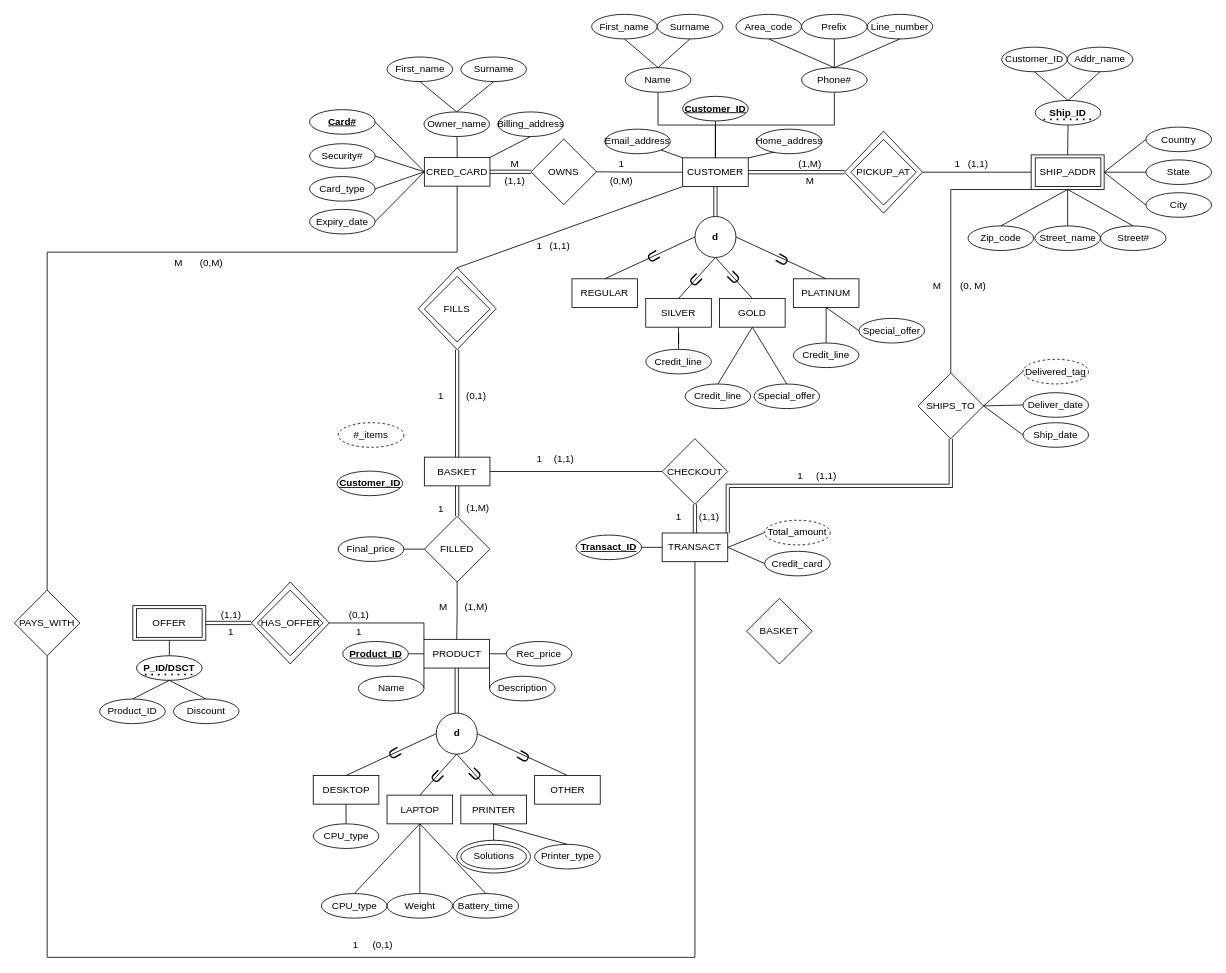
RyBres/Database-Project keeps this draw.io diagram as Project-Deliverable-1.drawio. Above is the earlier version. Source tidied: cells renumbered, new cells numbered last; positions are measured from the earlier drawing's top-left corner, leaving out a move shared by most shapes. Both pictures are drawn from the tidied source at 82%, with x=0, y=0 at pixel (14, 14).
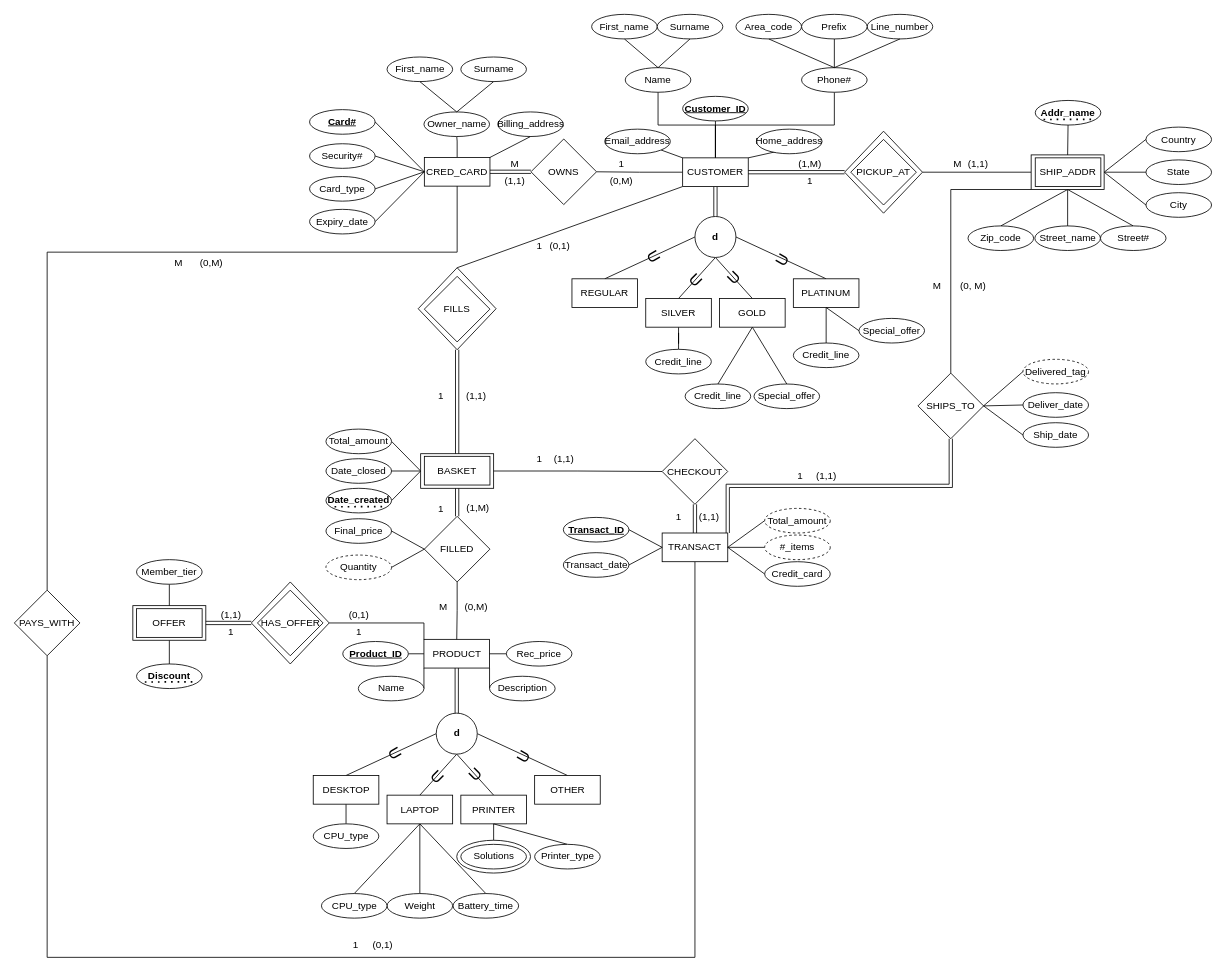
The same page after the edit.

Commit message:
Fourth draft

Unchanged cells that the change refers to:
```xml
<mxCell id="4" style="rhombus;whiteSpace=wrap;html=1;" parent="1" vertex="1">
  <mxGeometry x="492.5" y="309" width="95" height="100" as="geometry" />
</mxCell>
<mxCell id="5" style="rounded=0;whiteSpace=wrap;html=1;" parent="1" vertex="1">
  <mxGeometry x="144.5" y="721.1" width="89" height="42.2" as="geometry" />
</mxCell>
<mxCell id="118" value="FILLED" style="rhombus;whiteSpace=wrap;html=1;" parent="1" vertex="1">
  <mxGeometry x="500" y="612.2" width="80" height="80" as="geometry" />
</mxCell>
<mxCell id="122" value="TRANSACT" style="rounded=0;whiteSpace=wrap;html=1;" parent="1" vertex="1">
  <mxGeometry x="790" y="632.5" width="80" height="35" as="geometry" />
</mxCell>
<mxCell id="124" value="CHECKOUT" style="rhombus;whiteSpace=wrap;html=1;" parent="1" vertex="1">
  <mxGeometry x="790" y="517.5" width="80" height="80" as="geometry" />
</mxCell>
<mxCell id="208" style="group;" parent="1" vertex="1">
  <mxGeometry x="1200" y="40" width="170" height="100" as="geometry" />
</mxCell>
<mxCell id="211" style="group;" parent="208" vertex="1">
  <mxGeometry x="40" y="60" width="90" height="40" as="geometry" />
</mxCell>
```

The edit, as a diff of the source:
```diff
@@
+    <mxCell id="218" style="rounded=0;jettySize=auto;html=1;exitX=0;exitY=0.5;exitDx=0;exitDy=0;entryX=1;entryY=0.5;entryDx=0;entryDy=0;endArrow=none;startFill=0;" parent="1" edge="1" source="220" target="226">
+      <mxGeometry relative="1" as="geometry" />
+    </mxCell>
+    <mxCell id="219" style="rounded=0;jettySize=auto;html=1;exitX=0;exitY=0.5;exitDx=0;exitDy=0;entryX=1;entryY=0.5;entryDx=0;entryDy=0;endArrow=none;startFill=0;" parent="1" edge="1" source="220" target="229">
+      <mxGeometry relative="1" as="geometry" />
+    </mxCell>
+    <mxCell id="220" style="rounded=0;whiteSpace=wrap;html=1;" parent="1" vertex="1">
+      <mxGeometry x="495.5" y="535.8" width="89" height="42.2" as="geometry" />
+    </mxCell>
@@
-    <mxCell id="3" value="&lt;b&gt;P_ID/DSCT&lt;/b&gt;" style="ellipse;whiteSpace=wrap;html=1;" parent="1" vertex="1">
-      <mxGeometry x="149" y="782.2" width="80" height="30" as="geometry" />
+    <mxCell id="3" value="&lt;b&gt;Discount&lt;/b&gt;" style="ellipse;whiteSpace=wrap;html=1;" parent="1" vertex="1">
+      <mxGeometry x="149" y="792.2" width="80" height="30" as="geometry" />
     </mxCell>
@@
+    <mxCell id="221" style="edgeStyle=orthogonalEdgeStyle;rounded=0;jettySize=auto;html=1;entryX=0.5;entryY=1;entryDx=0;entryDy=0;endArrow=none;startFill=0;exitX=0.5;exitY=0;exitDx=0;exitDy=0;" parent="1" edge="1" source="5" target="223">
+      <mxGeometry relative="1" as="geometry" />
+    </mxCell>
@@
-    <mxCell id="67" style="rounded=0;jettySize=auto;html=1;exitX=0.5;exitY=0;exitDx=0;exitDy=0;entryX=0.5;entryY=1;entryDx=0;entryDy=0;endArrow=none;startFill=0;" parent="1" edge="1" source="68" target="3">
-      <mxGeometry relative="1" as="geometry" />
-    </mxCell>
-    <mxCell id="68" value="Product_ID" style="ellipse;whiteSpace=wrap;html=1;" parent="1" vertex="1">
-      <mxGeometry x="104" y="835" width="80" height="30" as="geometry" />
-    </mxCell>
-    <mxCell id="69" style="rounded=0;jettySize=auto;html=1;exitX=0.5;exitY=0;exitDx=0;exitDy=0;entryX=0.5;entryY=1;entryDx=0;entryDy=0;endArrow=none;startFill=0;" parent="1" edge="1" source="70" target="3">
-      <mxGeometry relative="1" as="geometry" />
-    </mxCell>
-    <mxCell id="70" value="Discount" style="ellipse;whiteSpace=wrap;html=1;" parent="1" vertex="1">
-      <mxGeometry x="194" y="835" width="80" height="30" as="geometry" />
-    </mxCell>
@@
-    <mxCell id="84" style="edgeStyle=orthogonalEdgeStyle;rounded=0;jettySize=auto;html=1;entryX=0.5;entryY=0;entryDx=0;entryDy=0;endArrow=none;startFill=0;shape=link;exitX=0.5;exitY=1;exitDx=0;exitDy=0;" parent="1" edge="1" source="86" target="118">
+    <mxCell id="84" style="edgeStyle=orthogonalEdgeStyle;rounded=0;jettySize=auto;html=1;entryX=0.5;entryY=0;entryDx=0;entryDy=0;endArrow=none;startFill=0;shape=link;exitX=0.5;exitY=1;exitDx=0;exitDy=0;" parent="1" edge="1" source="220" target="118">
       <mxGeometry relative="1" as="geometry" />
     </mxCell>
-    <mxCell id="85" style="edgeStyle=orthogonalEdgeStyle;rounded=0;jettySize=auto;html=1;entryX=0;entryY=0.5;entryDx=0;entryDy=0;endArrow=none;startFill=0;exitX=1;exitY=0.5;exitDx=0;exitDy=0;" parent="1" edge="1" source="86" target="124">
+    <mxCell id="85" style="edgeStyle=orthogonalEdgeStyle;rounded=0;jettySize=auto;html=1;entryX=0;entryY=0.5;entryDx=0;entryDy=0;endArrow=none;startFill=0;exitX=1;exitY=0.5;exitDx=0;exitDy=0;" parent="1" edge="1" source="220" target="124">
       <mxGeometry relative="1" as="geometry" />
     </mxCell>
     <mxCell id="86" value="BASKET" style="rounded=0;whiteSpace=wrap;html=1;" parent="1" vertex="1">
-      <mxGeometry x="500" y="540" width="80" height="35" as="geometry" />
+      <mxGeometry x="500" y="539" width="80" height="35" as="geometry" />
     </mxCell>
-    <mxCell id="87" value="#_items" style="ellipse;whiteSpace=wrap;html=1;dashed=1;" parent="1" vertex="1">
-      <mxGeometry x="395" y="498" width="80" height="30" as="geometry" />
-    </mxCell>
@@
-    <mxCell id="114" style="edgeStyle=orthogonalEdgeStyle;rounded=0;jettySize=auto;html=1;endArrow=none;startFill=0;shape=link;entryX=0.5;entryY=0;entryDx=0;entryDy=0;exitX=0.5;exitY=1;exitDx=0;exitDy=0;" parent="1" edge="1" source="4" target="86">
+    <mxCell id="114" style="edgeStyle=orthogonalEdgeStyle;rounded=0;jettySize=auto;html=1;endArrow=none;startFill=0;shape=link;exitX=0.5;exitY=1;exitDx=0;exitDy=0;entryX=0.5;entryY=0;entryDx=0;entryDy=0;" parent="1" edge="1" source="4" target="220">
       <mxGeometry relative="1" as="geometry" />
     </mxCell>
@@
-    <mxCell id="119" style="edgeStyle=orthogonalEdgeStyle;rounded=0;jettySize=auto;html=1;exitX=1;exitY=0.5;exitDx=0;exitDy=0;entryX=0;entryY=0.5;entryDx=0;entryDy=0;endArrow=none;startFill=0;" parent="1" edge="1" source="120" target="118">
+    <mxCell id="119" style="rounded=0;jettySize=auto;html=1;exitX=1;exitY=0.5;exitDx=0;exitDy=0;entryX=0;entryY=0.5;entryDx=0;entryDy=0;endArrow=none;startFill=0;" parent="1" edge="1" source="120" target="118">
       <mxGeometry relative="1" as="geometry" />
     </mxCell>
     <mxCell id="120" value="Final_price" style="ellipse;whiteSpace=wrap;html=1;" parent="1" vertex="1">
-      <mxGeometry x="395" y="637.2" width="80" height="30" as="geometry" />
+      <mxGeometry x="380" y="615.1" width="80" height="30" as="geometry" />
     </mxCell>
-    <mxCell id="121" value="&lt;b&gt;Customer_ID&lt;/b&gt;" style="ellipse;whiteSpace=wrap;html=1;fontStyle=4;" parent="1" vertex="1">
-      <mxGeometry x="393.5" y="557" width="80" height="30" as="geometry" />
-    </mxCell>
+    <mxCell id="222" style="rounded=0;jettySize=auto;html=1;exitX=1;exitY=0.5;exitDx=0;exitDy=0;endArrow=none;startFill=0;entryX=0;entryY=0.5;entryDx=0;entryDy=0;" parent="1" edge="1" source="121" target="220">
+      <mxGeometry relative="1" as="geometry" />
+    </mxCell>
@@
     <mxCell id="129" value="&lt;b&gt;&lt;u&gt;Transact_ID&lt;/u&gt;&lt;/b&gt;" style="ellipse;whiteSpace=wrap;html=1;" parent="1" vertex="1">
-      <mxGeometry x="685" y="635" width="80" height="30" as="geometry" />
+      <mxGeometry x="669.5" y="613.5" width="80" height="30" as="geometry" />
     </mxCell>
@@
     <mxCell id="131" value="Total_amount" style="ellipse;whiteSpace=wrap;html=1;dashed=1;" parent="1" vertex="1">
-      <mxGeometry x="915" y="617" width="80" height="30" as="geometry" />
+      <mxGeometry x="915" y="602.5" width="80" height="30" as="geometry" />
     </mxCell>
@@
     <mxCell id="136" value="Credit_card" style="ellipse;whiteSpace=wrap;html=1;" parent="1" vertex="1">
-      <mxGeometry x="915" y="654.8" width="80" height="30" as="geometry" />
+      <mxGeometry x="915" y="667.5" width="80" height="30" as="geometry" />
     </mxCell>
@@
-    <mxCell id="142" value="(1,1)" style="text;html=1;align=center;verticalAlign=middle;strokeColor=none;fillColor=none;" parent="1" vertex="1">
+    <mxCell id="142" value="(0,1)" style="text;html=1;align=center;verticalAlign=middle;strokeColor=none;fillColor=none;" parent="1" vertex="1">
       <mxGeometry x="640" y="267.8" width="50" height="30" as="geometry" />
     </mxCell>
@@
-    <mxCell id="145" value="(1,M)" style="text;html=1;align=center;verticalAlign=middle;strokeColor=none;fillColor=none;" parent="1" vertex="1">
+    <mxCell id="145" value="(0,M)" style="text;html=1;align=center;verticalAlign=middle;strokeColor=none;fillColor=none;" parent="1" vertex="1">
       <mxGeometry x="537.5" y="708" width="50" height="30" as="geometry" />
     </mxCell>
@@
-    <mxCell id="147" value="(0,1)" style="text;html=1;align=center;verticalAlign=middle;strokeColor=none;fillColor=none;" parent="1" vertex="1">
+    <mxCell id="147" value="(1,1)" style="text;html=1;align=center;verticalAlign=middle;strokeColor=none;fillColor=none;" parent="1" vertex="1">
       <mxGeometry x="537.5" y="450.8" width="50" height="30" as="geometry" />
     </mxCell>
@@
-    <mxCell id="164" value="M" style="text;html=1;align=center;verticalAlign=middle;strokeColor=none;fillColor=none;" parent="1" vertex="1">
+    <mxCell id="164" value="1" style="text;html=1;align=center;verticalAlign=middle;strokeColor=none;fillColor=none;" parent="1" vertex="1">
       <mxGeometry x="955" y="188" width="30" height="30" as="geometry" />
     </mxCell>
-    <mxCell id="165" value="1" style="text;html=1;align=center;verticalAlign=middle;strokeColor=none;fillColor=none;" parent="1" vertex="1">
+    <mxCell id="165" value="M" style="text;html=1;align=center;verticalAlign=middle;strokeColor=none;fillColor=none;" parent="1" vertex="1">
       <mxGeometry x="1135" y="168" width="30" height="30" as="geometry" />
     </mxCell>
@@
     <mxCell id="207" style="endArrow=none;dashed=1;html=1;dashPattern=1 3;strokeWidth=2;rounded=0;" parent="1" edge="1">
       <mxGeometry relative="1" as="geometry">
-        <mxPoint x="159.1" y="805.2" as="sourcePoint" />
-        <mxPoint x="223" y="805" as="targetPoint" />
+        <mxPoint x="159.1" y="814.2" as="sourcePoint" />
+        <mxPoint x="223" y="814" as="targetPoint" />
       </mxGeometry>
     </mxCell>
@@
-    <mxCell id="209" value="Customer_ID" style="ellipse;whiteSpace=wrap;html=1;" parent="208" vertex="1">
-      <mxGeometry x="4" width="80" height="30" as="geometry" />
-    </mxCell>
-    <mxCell id="210" value="Addr_name" style="ellipse;whiteSpace=wrap;html=1;" parent="208" vertex="1">
-      <mxGeometry x="84" width="80" height="30" as="geometry" />
-    </mxCell>
@@
-    <mxCell id="212" value="&lt;b&gt;Ship_ID&lt;/b&gt;" style="ellipse;whiteSpace=wrap;html=1;perimeterSpacing=0;" parent="211" vertex="1">
+    <mxCell id="212" value="&lt;b&gt;Addr_name&lt;/b&gt;" style="ellipse;whiteSpace=wrap;html=1;perimeterSpacing=0;" parent="211" vertex="1">
       <mxGeometry x="5" y="5" width="80" height="30" as="geometry" />
     </mxCell>
@@
-    <mxCell id="214" style="rounded=0;jettySize=auto;html=1;endArrow=none;startFill=0;exitX=0.5;exitY=0;exitDx=0;exitDy=0;entryX=0.5;entryY=1;entryDx=0;entryDy=0;" parent="208" edge="1" source="212" target="210">
-      <mxGeometry relative="1" as="geometry" />
-    </mxCell>
-    <mxCell id="215" style="rounded=0;jettySize=auto;html=1;endArrow=none;startFill=0;exitX=0.5;exitY=0;exitDx=0;exitDy=0;entryX=0.5;entryY=1;entryDx=0;entryDy=0;" parent="208" edge="1" source="212" target="209">
-      <mxGeometry relative="1" as="geometry" />
-    </mxCell>
@@
-    <mxCell id="217" value="BASKET" style="rhombus;whiteSpace=wrap;html=1;" parent="1" vertex="1">
-      <mxGeometry x="893" y="712.2" width="80" height="80" as="geometry" />
-    </mxCell>
+    <mxCell id="223" value="Member_tier" style="ellipse;whiteSpace=wrap;html=1;" parent="1" vertex="1">
+      <mxGeometry x="149" y="665" width="80" height="30" as="geometry" />
+    </mxCell>
+    <mxCell id="224" style="rounded=0;jettySize=auto;html=1;exitX=1;exitY=0.5;exitDx=0;exitDy=0;entryX=0;entryY=0.5;entryDx=0;entryDy=0;endArrow=none;startFill=0;" parent="1" edge="1" source="225" target="118">
+      <mxGeometry relative="1" as="geometry" />
+    </mxCell>
+    <mxCell id="225" value="Quantity" style="ellipse;whiteSpace=wrap;html=1;dashed=1;" parent="1" vertex="1">
+      <mxGeometry x="380" y="659.4" width="80" height="30" as="geometry" />
+    </mxCell>
+    <mxCell id="226" value="Date_closed" style="ellipse;whiteSpace=wrap;html=1;" parent="1" vertex="1">
+      <mxGeometry x="380" y="541.9" width="80" height="30" as="geometry" />
+    </mxCell>
+    <mxCell id="227" style="group;" parent="1" vertex="1">
+      <mxGeometry x="380" y="578" width="80" height="30" as="geometry" />
+    </mxCell>
+    <mxCell id="121" value="&lt;b&gt;Date_created&lt;/b&gt;" style="ellipse;whiteSpace=wrap;html=1;fontStyle=0;" parent="227" vertex="1">
+      <mxGeometry width="80" height="30" as="geometry" />
+    </mxCell>
+    <mxCell id="228" style="endArrow=none;dashed=1;html=1;dashPattern=1 3;strokeWidth=2;rounded=0;" parent="227" edge="1">
+      <mxGeometry relative="1" as="geometry">
+        <mxPoint x="10.5" y="22.5" as="sourcePoint" />
+        <mxPoint x="74.4" y="22.3" as="targetPoint" />
+      </mxGeometry>
+    </mxCell>
+    <mxCell id="229" value="Total_amount" style="ellipse;whiteSpace=wrap;html=1;" parent="1" vertex="1">
+      <mxGeometry x="380" y="505.8" width="80" height="30" as="geometry" />
+    </mxCell>
+    <mxCell id="230" style="rounded=0;jettySize=auto;html=1;exitX=1;exitY=0.5;exitDx=0;exitDy=0;entryX=0;entryY=0.5;entryDx=0;entryDy=0;endArrow=none;startFill=0;" parent="1" edge="1" source="231" target="122">
+      <mxGeometry relative="1" as="geometry" />
+    </mxCell>
+    <mxCell id="231" value="Transact_date" style="ellipse;whiteSpace=wrap;html=1;" parent="1" vertex="1">
+      <mxGeometry x="669.5" y="656.5" width="80" height="30" as="geometry" />
+    </mxCell>
+    <mxCell id="232" style="edgeStyle=orthogonalEdgeStyle;rounded=0;jettySize=auto;html=1;exitX=0;exitY=0.5;exitDx=0;exitDy=0;entryX=1;entryY=0.5;entryDx=0;entryDy=0;endArrow=none;startFill=0;" parent="1" edge="1" source="87" target="122">
+      <mxGeometry relative="1" as="geometry" />
+    </mxCell>
+    <mxCell id="87" value="#_items" style="ellipse;whiteSpace=wrap;html=1;dashed=1;" parent="1" vertex="1">
+      <mxGeometry x="915" y="635" width="80" height="30" as="geometry" />
+    </mxCell>
```
